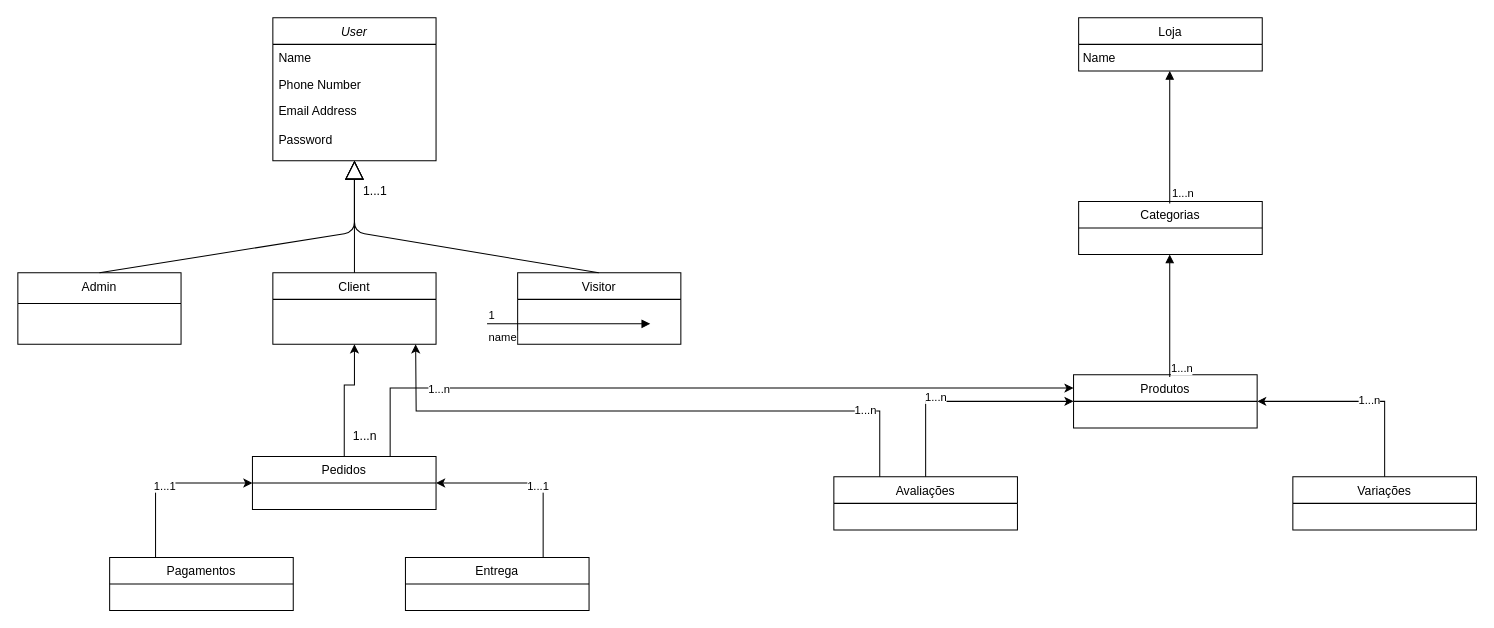
This is planning/diagram.drawio from lucaswilker14/e-commerce, a draw.io file, before an edit. Source tidied: cells renumbered, new cells numbered last; positions are measured from the earlier drawing's top-left corner, leaving out a move shared by most shapes. Both pictures are drawn from the tidied source at 102%, with x=0, y=0 at pixel (17, 17).
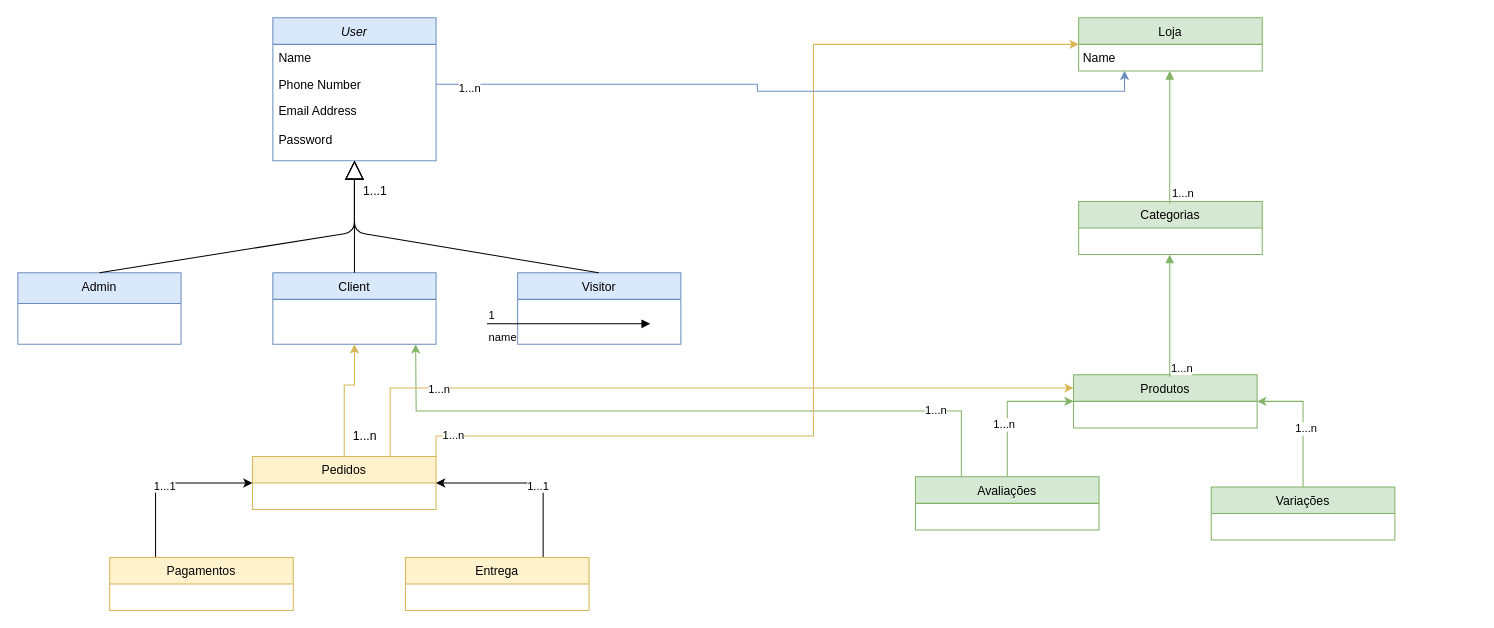
Above is the later version.

Unchanged cells that the change refers to:
```xml
<mxCell id="4" value="Phone Number" style="text;align=left;verticalAlign=top;spacingLeft=4;spacingRight=4;overflow=hidden;points=[[0,0.5],[1,0.5]];portConstraint=eastwest;rounded=0;shadow=0;html=0;" parent="2" vertex="1">
  <mxGeometry y="52" width="160" height="26" as="geometry" />
</mxCell>
```

The edit, as a diff of the source:
```diff
@@
-    <mxCell id="2" value="User&#10;" style="swimlane;fontStyle=2;align=center;verticalAlign=top;horizontal=1;startSize=26;rounded=0;shadow=0;strokeWidth=1;" parent="1" vertex="1">
+    <mxCell id="2" value="User&#10;" style="swimlane;fontStyle=2;align=center;verticalAlign=top;horizontal=1;startSize=26;rounded=0;shadow=0;strokeWidth=1;fillColor=#dae8fc;strokeColor=#6c8ebf;" parent="1" vertex="1">
       <mxGeometry x="250" width="160" height="140" as="geometry" />
     </mxCell>
@@
-    <mxCell id="6" value="Admin&#10;" style="swimlane;fontStyle=0;align=center;verticalAlign=top;horizontal=1;startSize=30;rounded=0;shadow=0;strokeWidth=1;" parent="1" vertex="1">
+    <mxCell id="6" value="Admin&#10;" style="swimlane;fontStyle=0;align=center;verticalAlign=top;horizontal=1;startSize=30;rounded=0;shadow=0;strokeWidth=1;fillColor=#dae8fc;strokeColor=#6c8ebf;" parent="1" vertex="1">
       <mxGeometry y="250" width="160" height="70" as="geometry" />
     </mxCell>
-    <mxCell id="7" value="Client&#10;" style="swimlane;fontStyle=0;align=center;verticalAlign=top;horizontal=1;startSize=26;rounded=0;shadow=0;strokeWidth=1;" parent="1" vertex="1">
+    <mxCell id="7" value="Client&#10;" style="swimlane;fontStyle=0;align=center;verticalAlign=top;horizontal=1;startSize=26;rounded=0;shadow=0;strokeWidth=1;fillColor=#dae8fc;strokeColor=#6c8ebf;" parent="1" vertex="1">
       <mxGeometry x="250" y="250" width="160" height="70" as="geometry" />
     </mxCell>
-    <mxCell id="8" value="Visitor&#10;" style="swimlane;fontStyle=0;align=center;verticalAlign=top;horizontal=1;startSize=26;rounded=0;shadow=0;strokeWidth=1;" parent="1" vertex="1">
+    <mxCell id="8" value="Visitor&#10;" style="swimlane;fontStyle=0;align=center;verticalAlign=top;horizontal=1;startSize=26;rounded=0;shadow=0;strokeWidth=1;fillColor=#dae8fc;strokeColor=#6c8ebf;" parent="1" vertex="1">
       <mxGeometry x="490" y="250" width="160" height="70" as="geometry" />
     </mxCell>
@@
-    <mxCell id="13" value="Loja" style="swimlane;fontStyle=0;horizontal=1;startSize=26;fillColor=none;" parent="1" vertex="1">
+    <mxCell id="13" value="Loja" style="swimlane;fontStyle=0;horizontal=1;startSize=26;fillColor=#d5e8d4;strokeColor=#82b366;" parent="1" vertex="1">
       <mxGeometry x="1040" width="180" height="52" as="geometry" />
     </mxCell>
-    <mxCell id="14" value="Categorias" style="swimlane;fontStyle=0;horizontal=1;startSize=26;fillColor=none;" parent="1" vertex="1">
+    <mxCell id="14" value="Categorias" style="swimlane;fontStyle=0;horizontal=1;startSize=26;fillColor=#d5e8d4;strokeColor=#82b366;" parent="1" vertex="1">
       <mxGeometry x="1040" y="180" width="180" height="52" as="geometry" />
     </mxCell>
-    <mxCell id="15" value="Produtos" style="swimlane;fontStyle=0;horizontal=1;startSize=26;fillColor=none;" parent="1" vertex="1">
+    <mxCell id="15" value="Produtos" style="swimlane;fontStyle=0;horizontal=1;startSize=26;fillColor=#d5e8d4;strokeColor=#82b366;" parent="1" vertex="1">
       <mxGeometry x="1035" y="350" width="180" height="52" as="geometry" />
     </mxCell>
-    <mxCell id="16" style="edgeStyle=orthogonalEdgeStyle;rounded=0;jettySize=auto;html=1;exitX=0.5;exitY=0;exitDx=0;exitDy=0;entryX=0;entryY=0.5;entryDx=0;entryDy=0;" parent="1" edge="1" source="20" target="15">
+    <mxCell id="16" style="edgeStyle=orthogonalEdgeStyle;rounded=0;jettySize=auto;html=1;exitX=0.5;exitY=0;exitDx=0;exitDy=0;entryX=0;entryY=0.5;entryDx=0;entryDy=0;fillColor=#d5e8d4;strokeColor=#82b366;" parent="1" edge="1" source="20" target="15">
       <mxGeometry relative="1" as="geometry" />
     </mxCell>
@@
-    <mxCell id="18" style="edgeStyle=orthogonalEdgeStyle;rounded=0;jettySize=auto;html=1;exitX=0.25;exitY=0;exitDx=0;exitDy=0;" parent="1" edge="1" source="20">
+    <mxCell id="18" style="edgeStyle=orthogonalEdgeStyle;rounded=0;jettySize=auto;html=1;exitX=0.25;exitY=0;exitDx=0;exitDy=0;fillColor=#d5e8d4;strokeColor=#82b366;" parent="1" edge="1" source="20">
       <mxGeometry relative="1" as="geometry">
         <mxPoint x="390" y="320" as="targetPoint" />
       </mxGeometry>
     </mxCell>
@@
-    <mxCell id="20" value="Avaliações" style="swimlane;fontStyle=0;horizontal=1;startSize=26;fillColor=none;" parent="1" vertex="1">
-      <mxGeometry x="800" y="450" width="180" height="52" as="geometry" />
+    <mxCell id="20" value="Avaliações" style="swimlane;fontStyle=0;horizontal=1;startSize=26;fillColor=#d5e8d4;strokeColor=#82b366;" parent="1" vertex="1">
+      <mxGeometry x="880" y="450" width="180" height="52" as="geometry" />
     </mxCell>
-    <mxCell id="21" style="edgeStyle=orthogonalEdgeStyle;rounded=0;jettySize=auto;html=1;exitX=0.5;exitY=0;exitDx=0;exitDy=0;entryX=1;entryY=0.5;entryDx=0;entryDy=0;" parent="1" edge="1" source="23" target="15">
+    <mxCell id="21" style="edgeStyle=orthogonalEdgeStyle;rounded=0;jettySize=auto;html=1;exitX=0.5;exitY=0;exitDx=0;exitDy=0;entryX=1;entryY=0.5;entryDx=0;entryDy=0;fillColor=#d5e8d4;strokeColor=#82b366;" parent="1" edge="1" source="23" target="15">
       <mxGeometry relative="1" as="geometry" />
     </mxCell>
@@
-    <mxCell id="23" value="Variações" style="swimlane;fontStyle=0;horizontal=1;startSize=26;fillColor=none;" parent="1" vertex="1">
-      <mxGeometry x="1250" y="450" width="180" height="52" as="geometry" />
+    <mxCell id="23" value="Variações" style="swimlane;fontStyle=0;horizontal=1;startSize=26;fillColor=#d5e8d4;strokeColor=#82b366;" parent="1" vertex="1">
+      <mxGeometry x="1170" y="460" width="180" height="52" as="geometry" />
     </mxCell>
@@
-    <mxCell id="25" style="endArrow=block;endFill=1;html=1;edgeStyle=orthogonalEdgeStyle;align=left;verticalAlign=top;" parent="1" edge="1">
+    <mxCell id="25" style="endArrow=block;endFill=1;html=1;edgeStyle=orthogonalEdgeStyle;align=left;verticalAlign=top;fillColor=#d5e8d4;strokeColor=#82b366;" parent="1" edge="1">
       <mxGeometry x="-1" relative="1" as="geometry">
         <mxPoint x="1129.3" y="182" as="sourcePoint" />
         <mxPoint x="1129.3" y="52" as="targetPoint" />
       </mxGeometry>
     </mxCell>
@@
-    <mxCell id="27" style="endArrow=block;endFill=1;html=1;edgeStyle=orthogonalEdgeStyle;align=left;verticalAlign=top;" parent="1" edge="1">
+    <mxCell id="27" style="endArrow=block;endFill=1;html=1;edgeStyle=orthogonalEdgeStyle;align=left;verticalAlign=top;fillColor=#d5e8d4;strokeColor=#82b366;" parent="1" edge="1">
       <mxGeometry x="-1" relative="1" as="geometry">
         <mxPoint x="1129.3" y="352" as="sourcePoint" />
         <mxPoint x="1129.3" y="232" as="targetPoint" />
       </mxGeometry>
     </mxCell>
@@
-    <mxCell id="29" style="edgeStyle=orthogonalEdgeStyle;rounded=0;jettySize=auto;html=1;exitX=0.5;exitY=0;exitDx=0;exitDy=0;entryX=0.5;entryY=1;entryDx=0;entryDy=0;" parent="1" edge="1" source="32" target="7">
+    <mxCell id="29" style="edgeStyle=orthogonalEdgeStyle;rounded=0;jettySize=auto;html=1;exitX=0.5;exitY=0;exitDx=0;exitDy=0;entryX=0.5;entryY=1;entryDx=0;entryDy=0;fillColor=#fff2cc;strokeColor=#d6b656;" parent="1" edge="1" source="32" target="7">
       <mxGeometry relative="1" as="geometry">
         <Array as="points">
           <mxPoint x="320" y="360" />
           <mxPoint x="330" y="360" />
         </Array>
       </mxGeometry>
     </mxCell>
-    <mxCell id="30" style="edgeStyle=orthogonalEdgeStyle;rounded=0;jettySize=auto;html=1;exitX=0.75;exitY=0;exitDx=0;exitDy=0;entryX=0;entryY=0.25;entryDx=0;entryDy=0;" parent="1" edge="1" source="32" target="15">
+    <mxCell id="30" style="edgeStyle=orthogonalEdgeStyle;rounded=0;jettySize=auto;html=1;exitX=0.75;exitY=0;exitDx=0;exitDy=0;entryX=0;entryY=0.25;entryDx=0;entryDy=0;fillColor=#fff2cc;strokeColor=#d6b656;" parent="1" edge="1" source="32" target="15">
       <mxGeometry relative="1" as="geometry" />
     </mxCell>
@@
+    <mxCell id="42" style="edgeStyle=orthogonalEdgeStyle;rounded=0;jettySize=auto;html=1;exitX=1;exitY=0;exitDx=0;exitDy=0;entryX=0;entryY=0.5;entryDx=0;entryDy=0;fillColor=#fff2cc;strokeColor=#d6b656;" parent="1" edge="1" source="32" target="13">
+      <mxGeometry relative="1" as="geometry">
+        <Array as="points">
+          <mxPoint x="410" y="410" />
+          <mxPoint x="780" y="410" />
+          <mxPoint x="780" y="26" />
+        </Array>
+      </mxGeometry>
+    </mxCell>
+    <mxCell id="43" value="1...n" style="edgeLabel;html=1;align=center;verticalAlign=middle;" parent="42" vertex="1">
+      <mxGeometry x="-0.93" y="2" relative="1" as="geometry" />
+    </mxCell>
-    <mxCell id="32" value="Pedidos" style="swimlane;fontStyle=0;horizontal=1;startSize=26;fillColor=none;" parent="1" vertex="1">
+    <mxCell id="32" value="Pedidos" style="swimlane;fontStyle=0;horizontal=1;startSize=26;fillColor=#fff2cc;strokeColor=#d6b656;" parent="1" vertex="1">
       <mxGeometry x="230" y="430" width="180" height="52" as="geometry" />
     </mxCell>
@@
-    <mxCell id="35" value="Pagamentos" style="swimlane;fontStyle=0;horizontal=1;startSize=26;fillColor=none;" parent="1" vertex="1">
+    <mxCell id="35" value="Pagamentos" style="swimlane;fontStyle=0;horizontal=1;startSize=26;fillColor=#fff2cc;strokeColor=#d6b656;" parent="1" vertex="1">
       <mxGeometry x="90" y="529" width="180" height="52" as="geometry" />
     </mxCell>
@@
-    <mxCell id="38" value="Entrega" style="swimlane;fontStyle=0;horizontal=1;startSize=26;fillColor=none;" parent="1" vertex="1">
+    <mxCell id="38" value="Entrega" style="swimlane;fontStyle=0;horizontal=1;startSize=26;fillColor=#fff2cc;strokeColor=#d6b656;" parent="1" vertex="1">
       <mxGeometry x="380" y="529" width="180" height="52" as="geometry" />
     </mxCell>
@@
+    <mxCell id="44" style="edgeStyle=orthogonalEdgeStyle;rounded=0;jettySize=auto;html=1;exitX=1;exitY=0.5;exitDx=0;exitDy=0;entryX=0.25;entryY=1;entryDx=0;entryDy=0;fillColor=#dae8fc;strokeColor=#6c8ebf;" parent="1" edge="1" source="4" target="13">
+      <mxGeometry relative="1" as="geometry" />
+    </mxCell>
+    <mxCell id="45" value="1...n" style="edgeLabel;html=1;align=center;verticalAlign=middle;" parent="44" vertex="1">
+      <mxGeometry x="-0.91" y="-3" relative="1" as="geometry" />
+    </mxCell>
```
